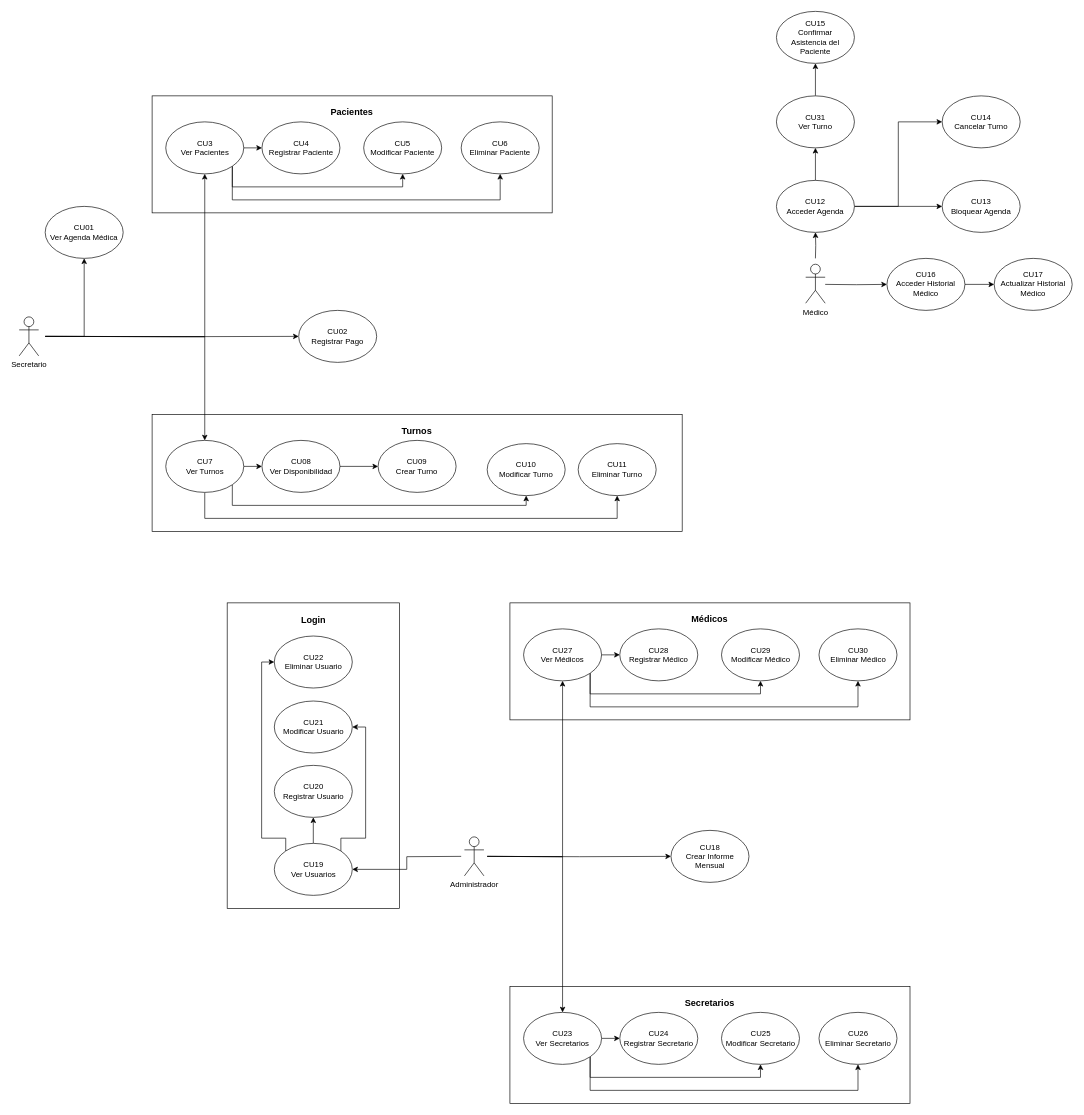
Above: Documentos/Diagramas/Diagrama Casos de Usos.drawio in JBBallini/Policonsultorio-Medico (draw.io), before the change. Source tidied: cells renumbered, new cells numbered last; positions are measured from the earlier drawing's top-left corner, leaving out a move shared by most shapes. Both pictures are drawn from the tidied source at 65%, with x=0, y=0 at pixel (19, 11).
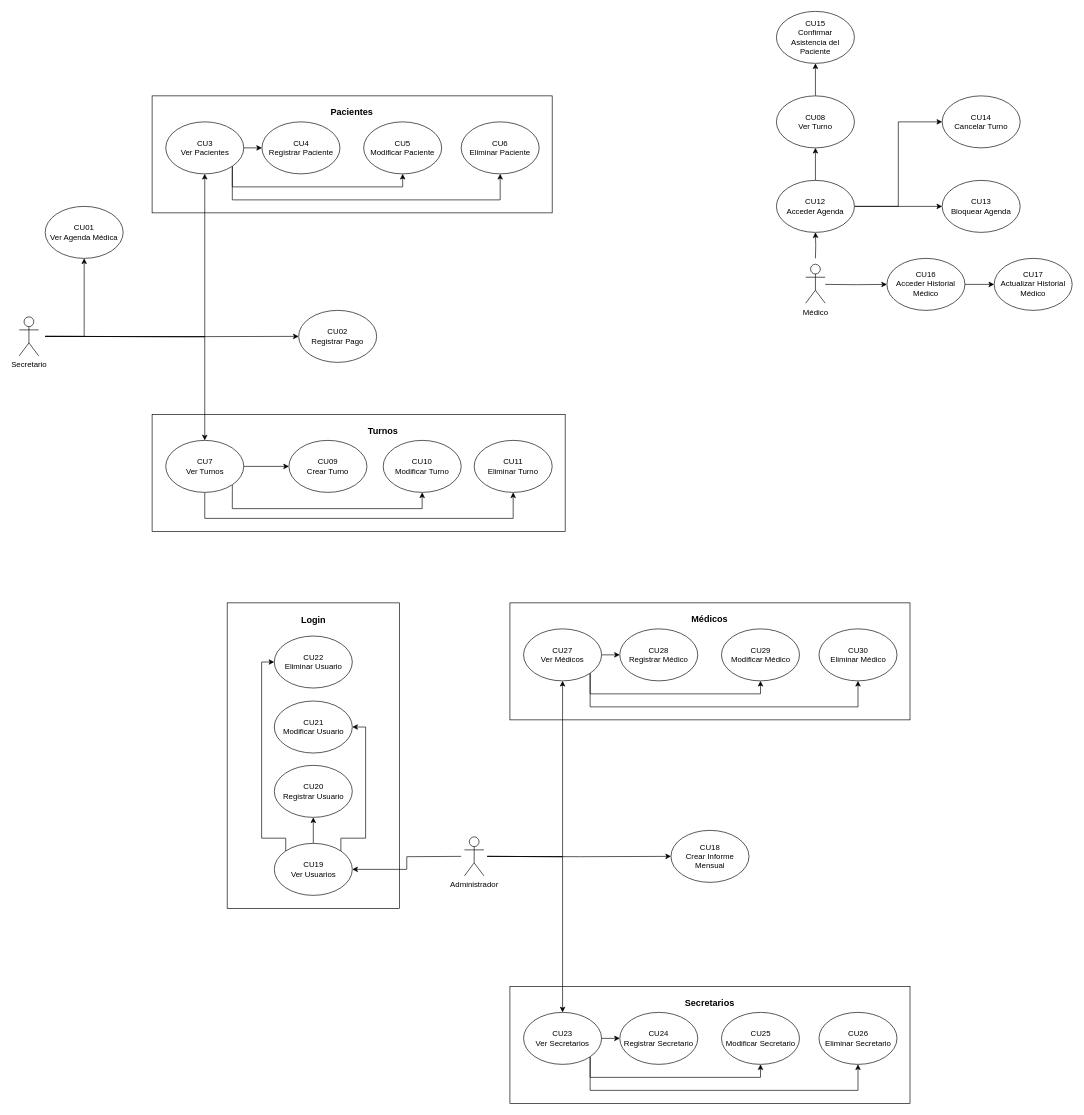
The same diagram, later.

Commit message:
Cambios diagrama de CUs

Unchanged cells that the change refers to:
```xml
<mxCell id="57" style="ellipse;whiteSpace=wrap;html=1;" parent="1" vertex="1">
  <mxGeometry x="225.5" y="660" width="120" height="80" as="geometry" />
</mxCell>
```

What changed in the source:
```diff
@@
     <mxCell id="3" style="rounded=0;whiteSpace=wrap;html=1;" parent="1" vertex="1">
-      <mxGeometry x="204.5" y="620" width="815.5" height="180" as="geometry" />
+      <mxGeometry x="204.5" y="620" width="635.5" height="180" as="geometry" />
     </mxCell>
@@
-    <mxCell id="47" style="edgeStyle=orthogonalEdgeStyle;rounded=0;jettySize=auto;html=1;exitX=1;exitY=0.5;exitDx=0;exitDy=0;entryX=0;entryY=0.5;entryDx=0;entryDy=0;" parent="1" edge="1" source="48" target="90">
-      <mxGeometry relative="1" as="geometry" />
-    </mxCell>
-    <mxCell id="48" style="ellipse;whiteSpace=wrap;html=1;" parent="1" vertex="1">
-      <mxGeometry x="373.5" y="660" width="120" height="80" as="geometry" />
-    </mxCell>
-    <mxCell id="49" value="CU08&lt;br&gt;Ver Disponibilidad" style="text;html=1;align=center;verticalAlign=middle;whiteSpace=wrap;rounded=0;" parent="1" vertex="1">
-      <mxGeometry x="378.5" y="685" width="110" height="30" as="geometry" />
-    </mxCell>
     <mxCell id="50" style="ellipse;whiteSpace=wrap;html=1;" parent="1" vertex="1">
-      <mxGeometry x="720" y="665" width="120" height="80" as="geometry" />
+      <mxGeometry x="560" y="660" width="120" height="80" as="geometry" />
     </mxCell>
     <mxCell id="51" value="CU10&lt;br&gt;Modificar Turno" style="text;html=1;align=center;verticalAlign=middle;whiteSpace=wrap;rounded=0;" parent="1" vertex="1">
-      <mxGeometry x="725" y="690" width="110" height="30" as="geometry" />
+      <mxGeometry x="565" y="685" width="110" height="30" as="geometry" />
     </mxCell>
     <mxCell id="52" style="ellipse;whiteSpace=wrap;html=1;" parent="1" vertex="1">
-      <mxGeometry x="860" y="665" width="120" height="80" as="geometry" />
+      <mxGeometry x="700" y="660" width="120" height="80" as="geometry" />
     </mxCell>
     <mxCell id="53" value="CU11&lt;br&gt;Eliminar Turno" style="text;html=1;align=center;verticalAlign=middle;whiteSpace=wrap;rounded=0;" parent="1" vertex="1">
-      <mxGeometry x="865" y="690" width="110" height="30" as="geometry" />
+      <mxGeometry x="705" y="685" width="110" height="30" as="geometry" />
     </mxCell>
-    <mxCell id="54" style="edgeStyle=orthogonalEdgeStyle;rounded=0;jettySize=auto;html=1;exitX=1;exitY=0.5;exitDx=0;exitDy=0;entryX=0;entryY=0.5;entryDx=0;entryDy=0;" parent="1" edge="1" source="57" target="48">
+    <mxCell id="54" style="edgeStyle=orthogonalEdgeStyle;rounded=0;jettySize=auto;html=1;exitX=1;exitY=0.5;exitDx=0;exitDy=0;entryX=0;entryY=0.5;entryDx=0;entryDy=0;" parent="1" edge="1" source="57" target="90">
       <mxGeometry relative="1" as="geometry" />
     </mxCell>
     <mxCell id="55" style="edgeStyle=orthogonalEdgeStyle;rounded=0;jettySize=auto;html=1;exitX=1;exitY=1;exitDx=0;exitDy=0;entryX=0.5;entryY=1;entryDx=0;entryDy=0;" parent="1" edge="1" source="57" target="50">
       <mxGeometry relative="1" as="geometry">
         <Array as="points">
-          <mxPoint x="328" y="760" />
-          <mxPoint x="780" y="760" />
+          <mxPoint x="328" y="765" />
+          <mxPoint x="620" y="765" />
         </Array>
       </mxGeometry>
     </mxCell>
     <mxCell id="56" style="edgeStyle=orthogonalEdgeStyle;rounded=0;jettySize=auto;html=1;exitX=0.5;exitY=1;exitDx=0;exitDy=0;entryX=0.5;entryY=1;entryDx=0;entryDy=0;" parent="1" edge="1" source="57" target="52">
       <mxGeometry relative="1" as="geometry">
         <Array as="points">
           <mxPoint x="286" y="780" />
-          <mxPoint x="920" y="780" />
+          <mxPoint x="760" y="780" />
         </Array>
       </mxGeometry>
     </mxCell>
@@
     <mxCell id="59" value="&lt;b&gt;&lt;font style=&quot;font-size: 14px;&quot;&gt;Turnos&lt;/font&gt;&lt;/b&gt;" style="text;html=1;align=center;verticalAlign=middle;whiteSpace=wrap;rounded=0;" parent="1" vertex="1">
-      <mxGeometry x="572.2" y="630" width="80" height="30" as="geometry" />
+      <mxGeometry x="520" y="630" width="80" height="30" as="geometry" />
     </mxCell>
@@
     <mxCell id="90" style="ellipse;whiteSpace=wrap;html=1;" parent="1" vertex="1">
-      <mxGeometry x="552.2" y="660" width="120" height="80" as="geometry" />
+      <mxGeometry x="415" y="660" width="120" height="80" as="geometry" />
     </mxCell>
     <mxCell id="91" value="CU09&lt;br&gt;Crear Turno" style="text;html=1;align=center;verticalAlign=middle;whiteSpace=wrap;rounded=0;" parent="1" vertex="1">
-      <mxGeometry x="557.2" y="685" width="110" height="30" as="geometry" />
+      <mxGeometry x="420" y="685" width="110" height="30" as="geometry" />
     </mxCell>
@@
-    <mxCell id="107" value="CU31&lt;br&gt;Ver Turno" style="text;html=1;align=center;verticalAlign=middle;whiteSpace=wrap;rounded=0;" parent="1" vertex="1">
+    <mxCell id="107" value="CU08&lt;br&gt;Ver Turno" style="text;html=1;align=center;verticalAlign=middle;whiteSpace=wrap;rounded=0;" parent="1" vertex="1">
       <mxGeometry x="1175" y="155" width="100" height="30" as="geometry" />
     </mxCell>
```
